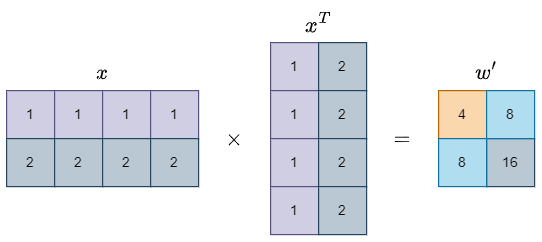
Above: diagrams/basic-self-attention-raw-weight.png in ratteripenta/transformers-seminar-workshop (draw.io), before the change. Source tidied: cells renumbered, new cells last; positions are measured from the earlier drawing's top-left corner, leaving out a move shared by most shapes. Source of this version:
```xml
<mxGraphModel math="1">
  <root>
    <mxCell id="0" />
    <mxCell id="1" parent="0" />
    <mxCell id="2" value="1" style="rounded=0;whiteSpace=wrap;html=1;fillColor=#d0cee2;strokeColor=#56517e;" parent="1" vertex="1">
      <mxGeometry x="220" y="30" width="40" height="40" as="geometry" />
    </mxCell>
    <mxCell id="3" value="1" style="rounded=0;whiteSpace=wrap;html=1;fillColor=#d0cee2;strokeColor=#56517e;" parent="1" vertex="1">
      <mxGeometry x="220" y="70" width="40" height="40" as="geometry" />
    </mxCell>
    <mxCell id="4" value="1" style="rounded=0;whiteSpace=wrap;html=1;fillColor=#d0cee2;strokeColor=#56517e;" parent="1" vertex="1">
      <mxGeometry x="220" y="110" width="40" height="40" as="geometry" />
    </mxCell>
    <mxCell id="5" value="1" style="rounded=0;whiteSpace=wrap;html=1;fillColor=#d0cee2;strokeColor=#56517e;" parent="1" vertex="1">
      <mxGeometry x="220" y="150" width="40" height="40" as="geometry" />
    </mxCell>
    <mxCell id="6" value="2" style="rounded=0;whiteSpace=wrap;html=1;fillColor=#bac8d3;strokeColor=#23445d;" parent="1" vertex="1">
      <mxGeometry x="260" y="30" width="40" height="40" as="geometry" />
    </mxCell>
    <mxCell id="7" value="2" style="rounded=0;whiteSpace=wrap;html=1;fillColor=#bac8d3;strokeColor=#23445d;" parent="1" vertex="1">
      <mxGeometry x="260" y="70" width="40" height="40" as="geometry" />
    </mxCell>
    <mxCell id="8" value="2" style="rounded=0;whiteSpace=wrap;html=1;fillColor=#bac8d3;strokeColor=#23445d;" parent="1" vertex="1">
      <mxGeometry x="260" y="110" width="40" height="40" as="geometry" />
    </mxCell>
    <mxCell id="9" value="2" style="rounded=0;whiteSpace=wrap;html=1;fillColor=#bac8d3;strokeColor=#23445d;" parent="1" vertex="1">
      <mxGeometry x="260" y="150" width="40" height="40" as="geometry" />
    </mxCell>
    <mxCell id="10" value="`\times`" style="text;html=1;strokeColor=none;fillColor=none;align=center;verticalAlign=middle;whiteSpace=wrap;rounded=0;fontSize=16;" parent="1" vertex="1">
      <mxGeometry x="160" y="30" width="60" height="160" as="geometry" />
    </mxCell>
    <mxCell id="11" value="`=`" style="text;html=1;strokeColor=none;fillColor=none;align=center;verticalAlign=middle;whiteSpace=wrap;rounded=0;fontSize=16;" parent="1" vertex="1">
      <mxGeometry x="300" y="30" width="60" height="160" as="geometry" />
    </mxCell>
    <mxCell id="12" value="4" style="rounded=0;whiteSpace=wrap;html=1;fillColor=#fad7ac;strokeColor=#b46504;" parent="1" vertex="1">
      <mxGeometry x="360" y="70" width="40" height="40" as="geometry" />
    </mxCell>
    <mxCell id="13" value="16" style="rounded=0;whiteSpace=wrap;html=1;fillColor=#bac8d3;strokeColor=#23445d;" parent="1" vertex="1">
      <mxGeometry x="400" y="110" width="40" height="40" as="geometry" />
    </mxCell>
    <mxCell id="14" value="8" style="rounded=0;whiteSpace=wrap;html=1;fillColor=#b1ddf0;strokeColor=#10739e;" parent="1" vertex="1">
      <mxGeometry x="400" y="70" width="40" height="40" as="geometry" />
    </mxCell>
    <mxCell id="15" value="8" style="rounded=0;whiteSpace=wrap;html=1;fillColor=#b1ddf0;strokeColor=#10739e;" parent="1" vertex="1">
      <mxGeometry x="360" y="110" width="40" height="40" as="geometry" />
    </mxCell>
    <mxCell id="16" value="`x^T`" style="text;html=1;strokeColor=none;fillColor=none;align=center;verticalAlign=middle;whiteSpace=wrap;rounded=0;fontSize=16;" parent="1" vertex="1">
      <mxGeometry x="220" width="80" height="30" as="geometry" />
    </mxCell>
    <mxCell id="17" value="1" style="rounded=0;whiteSpace=wrap;html=1;fillColor=#d0cee2;strokeColor=#56517e;" parent="1" vertex="1">
      <mxGeometry y="70" width="40" height="40" as="geometry" />
    </mxCell>
    <mxCell id="18" value="2" style="rounded=0;whiteSpace=wrap;html=1;fillColor=#bac8d3;strokeColor=#23445d;" parent="1" vertex="1">
      <mxGeometry y="110" width="40" height="40" as="geometry" />
    </mxCell>
    <mxCell id="19" value="1" style="rounded=0;whiteSpace=wrap;html=1;fillColor=#d0cee2;strokeColor=#56517e;" parent="1" vertex="1">
      <mxGeometry x="40" y="70" width="40" height="40" as="geometry" />
    </mxCell>
    <mxCell id="20" value="2" style="rounded=0;whiteSpace=wrap;html=1;fillColor=#bac8d3;strokeColor=#23445d;" parent="1" vertex="1">
      <mxGeometry x="40" y="110" width="40" height="40" as="geometry" />
    </mxCell>
    <mxCell id="21" value="1" style="rounded=0;whiteSpace=wrap;html=1;fillColor=#d0cee2;strokeColor=#56517e;" parent="1" vertex="1">
      <mxGeometry x="80" y="70" width="40" height="40" as="geometry" />
    </mxCell>
    <mxCell id="22" value="2" style="rounded=0;whiteSpace=wrap;html=1;fillColor=#bac8d3;strokeColor=#23445d;" parent="1" vertex="1">
      <mxGeometry x="80" y="110" width="40" height="40" as="geometry" />
    </mxCell>
    <mxCell id="23" value="1" style="rounded=0;whiteSpace=wrap;html=1;fillColor=#d0cee2;strokeColor=#56517e;" parent="1" vertex="1">
      <mxGeometry x="120" y="70" width="40" height="40" as="geometry" />
    </mxCell>
    <mxCell id="24" value="2" style="rounded=0;whiteSpace=wrap;html=1;fillColor=#bac8d3;strokeColor=#23445d;" parent="1" vertex="1">
      <mxGeometry x="120" y="110" width="40" height="40" as="geometry" />
    </mxCell>
    <mxCell id="25" value="`x`" style="text;html=1;strokeColor=none;fillColor=none;align=center;verticalAlign=middle;whiteSpace=wrap;rounded=0;fontSize=16;" parent="1" vertex="1">
      <mxGeometry y="40" width="160" height="30" as="geometry" />
    </mxCell>
    <mxCell id="26" value="`w^'`" style="text;html=1;strokeColor=none;fillColor=none;align=center;verticalAlign=middle;whiteSpace=wrap;rounded=0;fontSize=16;" parent="1" vertex="1">
      <mxGeometry x="360" y="40" width="80" height="30" as="geometry" />
    </mxCell>
  </root>
</mxGraphModel>
```
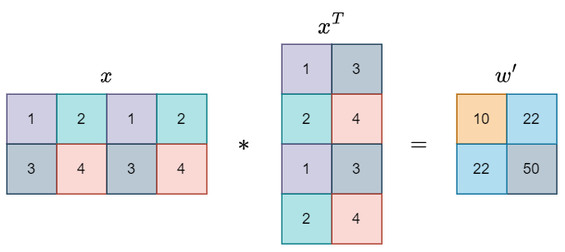
The same diagram one commit later.

Change to the diagram source:
```diff
@@ -5,43 +5,43 @@
     <mxCell id="2" value="1" style="rounded=0;whiteSpace=wrap;html=1;fillColor=#d0cee2;strokeColor=#56517e;" parent="1" vertex="1">
       <mxGeometry x="220" y="30" width="40" height="40" as="geometry" />
     </mxCell>
-    <mxCell id="3" value="1" style="rounded=0;whiteSpace=wrap;html=1;fillColor=#d0cee2;strokeColor=#56517e;" parent="1" vertex="1">
+    <mxCell id="3" value="2" style="rounded=0;whiteSpace=wrap;html=1;fillColor=#b0e3e6;strokeColor=#0e8088;" parent="1" vertex="1">
       <mxGeometry x="220" y="70" width="40" height="40" as="geometry" />
     </mxCell>
     <mxCell id="4" value="1" style="rounded=0;whiteSpace=wrap;html=1;fillColor=#d0cee2;strokeColor=#56517e;" parent="1" vertex="1">
       <mxGeometry x="220" y="110" width="40" height="40" as="geometry" />
     </mxCell>
-    <mxCell id="5" value="1" style="rounded=0;whiteSpace=wrap;html=1;fillColor=#d0cee2;strokeColor=#56517e;" parent="1" vertex="1">
+    <mxCell id="5" value="2" style="rounded=0;whiteSpace=wrap;html=1;fillColor=#b0e3e6;strokeColor=#0e8088;" parent="1" vertex="1">
       <mxGeometry x="220" y="150" width="40" height="40" as="geometry" />
     </mxCell>
-    <mxCell id="6" value="2" style="rounded=0;whiteSpace=wrap;html=1;fillColor=#bac8d3;strokeColor=#23445d;" parent="1" vertex="1">
+    <mxCell id="6" value="3" style="rounded=0;whiteSpace=wrap;html=1;fillColor=#bac8d3;strokeColor=#23445d;" parent="1" vertex="1">
       <mxGeometry x="260" y="30" width="40" height="40" as="geometry" />
     </mxCell>
-    <mxCell id="7" value="2" style="rounded=0;whiteSpace=wrap;html=1;fillColor=#bac8d3;strokeColor=#23445d;" parent="1" vertex="1">
+    <mxCell id="7" value="4" style="rounded=0;whiteSpace=wrap;html=1;fillColor=#fad9d5;strokeColor=#ae4132;" parent="1" vertex="1">
       <mxGeometry x="260" y="70" width="40" height="40" as="geometry" />
     </mxCell>
-    <mxCell id="8" value="2" style="rounded=0;whiteSpace=wrap;html=1;fillColor=#bac8d3;strokeColor=#23445d;" parent="1" vertex="1">
+    <mxCell id="8" value="3" style="rounded=0;whiteSpace=wrap;html=1;fillColor=#bac8d3;strokeColor=#23445d;" parent="1" vertex="1">
       <mxGeometry x="260" y="110" width="40" height="40" as="geometry" />
     </mxCell>
-    <mxCell id="9" value="2" style="rounded=0;whiteSpace=wrap;html=1;fillColor=#bac8d3;strokeColor=#23445d;" parent="1" vertex="1">
+    <mxCell id="9" value="4" style="rounded=0;whiteSpace=wrap;html=1;fillColor=#fad9d5;strokeColor=#ae4132;" parent="1" vertex="1">
       <mxGeometry x="260" y="150" width="40" height="40" as="geometry" />
     </mxCell>
-    <mxCell id="10" value="`\times`" style="text;html=1;strokeColor=none;fillColor=none;align=center;verticalAlign=middle;whiteSpace=wrap;rounded=0;fontSize=16;" parent="1" vertex="1">
+    <mxCell id="10" value="`**`" style="text;html=1;strokeColor=none;fillColor=none;align=center;verticalAlign=middle;whiteSpace=wrap;rounded=0;fontSize=16;" parent="1" vertex="1">
       <mxGeometry x="160" y="30" width="60" height="160" as="geometry" />
     </mxCell>
     <mxCell id="11" value="`=`" style="text;html=1;strokeColor=none;fillColor=none;align=center;verticalAlign=middle;whiteSpace=wrap;rounded=0;fontSize=16;" parent="1" vertex="1">
       <mxGeometry x="300" y="30" width="60" height="160" as="geometry" />
     </mxCell>
-    <mxCell id="12" value="4" style="rounded=0;whiteSpace=wrap;html=1;fillColor=#fad7ac;strokeColor=#b46504;" parent="1" vertex="1">
+    <mxCell id="12" value="10" style="rounded=0;whiteSpace=wrap;html=1;fillColor=#fad7ac;strokeColor=#b46504;" parent="1" vertex="1">
       <mxGeometry x="360" y="70" width="40" height="40" as="geometry" />
     </mxCell>
-    <mxCell id="13" value="16" style="rounded=0;whiteSpace=wrap;html=1;fillColor=#bac8d3;strokeColor=#23445d;" parent="1" vertex="1">
+    <mxCell id="13" value="50" style="rounded=0;whiteSpace=wrap;html=1;fillColor=#bac8d3;strokeColor=#23445d;" parent="1" vertex="1">
       <mxGeometry x="400" y="110" width="40" height="40" as="geometry" />
     </mxCell>
-    <mxCell id="14" value="8" style="rounded=0;whiteSpace=wrap;html=1;fillColor=#b1ddf0;strokeColor=#10739e;" parent="1" vertex="1">
+    <mxCell id="14" value="22" style="rounded=0;whiteSpace=wrap;html=1;fillColor=#b1ddf0;strokeColor=#10739e;" parent="1" vertex="1">
       <mxGeometry x="400" y="70" width="40" height="40" as="geometry" />
     </mxCell>
-    <mxCell id="15" value="8" style="rounded=0;whiteSpace=wrap;html=1;fillColor=#b1ddf0;strokeColor=#10739e;" parent="1" vertex="1">
+    <mxCell id="15" value="22" style="rounded=0;whiteSpace=wrap;html=1;fillColor=#b1ddf0;strokeColor=#10739e;" parent="1" vertex="1">
       <mxGeometry x="360" y="110" width="40" height="40" as="geometry" />
     </mxCell>
     <mxCell id="16" value="`x^T`" style="text;html=1;strokeColor=none;fillColor=none;align=center;verticalAlign=middle;whiteSpace=wrap;rounded=0;fontSize=16;" parent="1" vertex="1">
@@ -50,25 +50,25 @@
     <mxCell id="17" value="1" style="rounded=0;whiteSpace=wrap;html=1;fillColor=#d0cee2;strokeColor=#56517e;" parent="1" vertex="1">
       <mxGeometry y="70" width="40" height="40" as="geometry" />
     </mxCell>
-    <mxCell id="18" value="2" style="rounded=0;whiteSpace=wrap;html=1;fillColor=#bac8d3;strokeColor=#23445d;" parent="1" vertex="1">
+    <mxCell id="18" value="3" style="rounded=0;whiteSpace=wrap;html=1;fillColor=#bac8d3;strokeColor=#23445d;" parent="1" vertex="1">
       <mxGeometry y="110" width="40" height="40" as="geometry" />
     </mxCell>
-    <mxCell id="19" value="1" style="rounded=0;whiteSpace=wrap;html=1;fillColor=#d0cee2;strokeColor=#56517e;" parent="1" vertex="1">
+    <mxCell id="19" value="2" style="rounded=0;whiteSpace=wrap;html=1;fillColor=#b0e3e6;strokeColor=#0e8088;" parent="1" vertex="1">
       <mxGeometry x="40" y="70" width="40" height="40" as="geometry" />
     </mxCell>
-    <mxCell id="20" value="2" style="rounded=0;whiteSpace=wrap;html=1;fillColor=#bac8d3;strokeColor=#23445d;" parent="1" vertex="1">
+    <mxCell id="20" value="4" style="rounded=0;whiteSpace=wrap;html=1;fillColor=#fad9d5;strokeColor=#ae4132;" parent="1" vertex="1">
       <mxGeometry x="40" y="110" width="40" height="40" as="geometry" />
     </mxCell>
     <mxCell id="21" value="1" style="rounded=0;whiteSpace=wrap;html=1;fillColor=#d0cee2;strokeColor=#56517e;" parent="1" vertex="1">
       <mxGeometry x="80" y="70" width="40" height="40" as="geometry" />
     </mxCell>
-    <mxCell id="22" value="2" style="rounded=0;whiteSpace=wrap;html=1;fillColor=#bac8d3;strokeColor=#23445d;" parent="1" vertex="1">
+    <mxCell id="22" value="3" style="rounded=0;whiteSpace=wrap;html=1;fillColor=#bac8d3;strokeColor=#23445d;" parent="1" vertex="1">
       <mxGeometry x="80" y="110" width="40" height="40" as="geometry" />
     </mxCell>
-    <mxCell id="23" value="1" style="rounded=0;whiteSpace=wrap;html=1;fillColor=#d0cee2;strokeColor=#56517e;" parent="1" vertex="1">
+    <mxCell id="23" value="2" style="rounded=0;whiteSpace=wrap;html=1;fillColor=#b0e3e6;strokeColor=#0e8088;" parent="1" vertex="1">
       <mxGeometry x="120" y="70" width="40" height="40" as="geometry" />
     </mxCell>
-    <mxCell id="24" value="2" style="rounded=0;whiteSpace=wrap;html=1;fillColor=#bac8d3;strokeColor=#23445d;" parent="1" vertex="1">
+    <mxCell id="24" value="4" style="rounded=0;whiteSpace=wrap;html=1;fillColor=#fad9d5;strokeColor=#ae4132;" parent="1" vertex="1">
       <mxGeometry x="120" y="110" width="40" height="40" as="geometry" />
     </mxCell>
     <mxCell id="25" value="`x`" style="text;html=1;strokeColor=none;fillColor=none;align=center;verticalAlign=middle;whiteSpace=wrap;rounded=0;fontSize=16;" parent="1" vertex="1">
```
